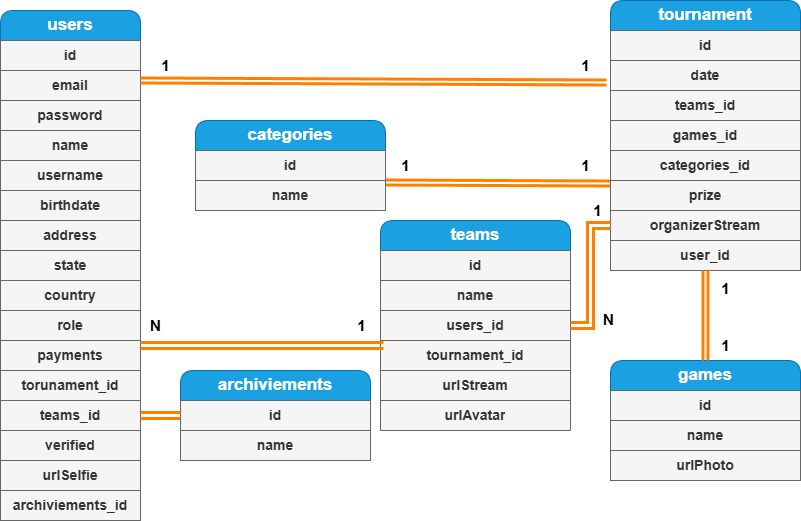
This is Diagrama Entidad Relaciones Game Stream Tournament.drawio.png from FabricioIrazoqui/DiagramaEntidad-GameStreamTorunament, a draw.io export, as it was before one commit. Source tidied: cells renumbered, new cells last; positions are measured from the earlier drawing's top-left corner, leaving out a move shared by most shapes.
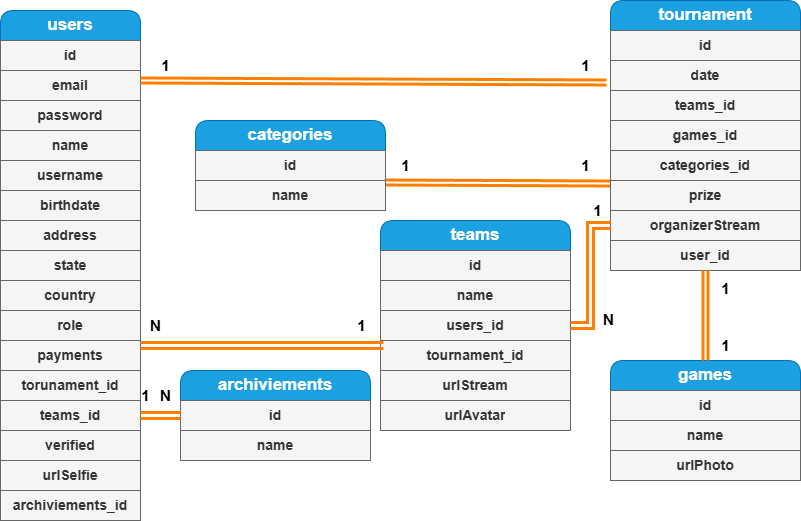
After the change.

The edit, as a diff of the source:
```diff
@@ -181,5 +181,11 @@
     <mxCell id="60" style="edgeStyle=orthogonalEdgeStyle;shape=link;rounded=0;jettySize=auto;html=1;exitX=1;exitY=0.5;exitDx=0;exitDy=0;entryX=0;entryY=0.5;entryDx=0;entryDy=0;strokeColor=#FF8000;strokeWidth=3;" parent="1" edge="1" source="15" target="58">
       <mxGeometry relative="1" as="geometry" />
     </mxCell>
+    <mxCell id="61" value="&lt;font style=&quot;font-size: 15px;&quot;&gt;&lt;b&gt;1&lt;/b&gt;&lt;/font&gt;" style="text;html=1;align=center;verticalAlign=middle;strokeColor=none;fillColor=none;" parent="1" vertex="1">
+      <mxGeometry x="130" y="380" width="30" height="30" as="geometry" />
+    </mxCell>
+    <mxCell id="62" value="&lt;font style=&quot;font-size: 15px;&quot;&gt;&lt;b&gt;N&lt;/b&gt;&lt;/font&gt;" style="text;html=1;align=center;verticalAlign=middle;strokeColor=none;fillColor=none;" parent="1" vertex="1">
+      <mxGeometry x="150" y="380" width="30" height="30" as="geometry" />
+    </mxCell>
   </root>
 </mxGraphModel>
```
